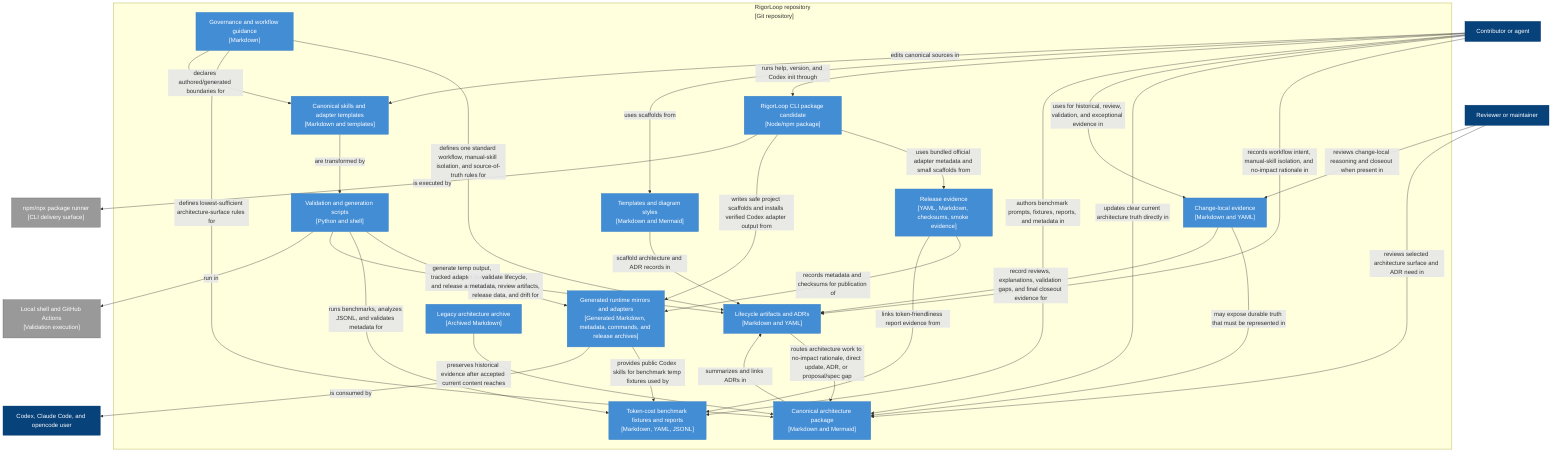
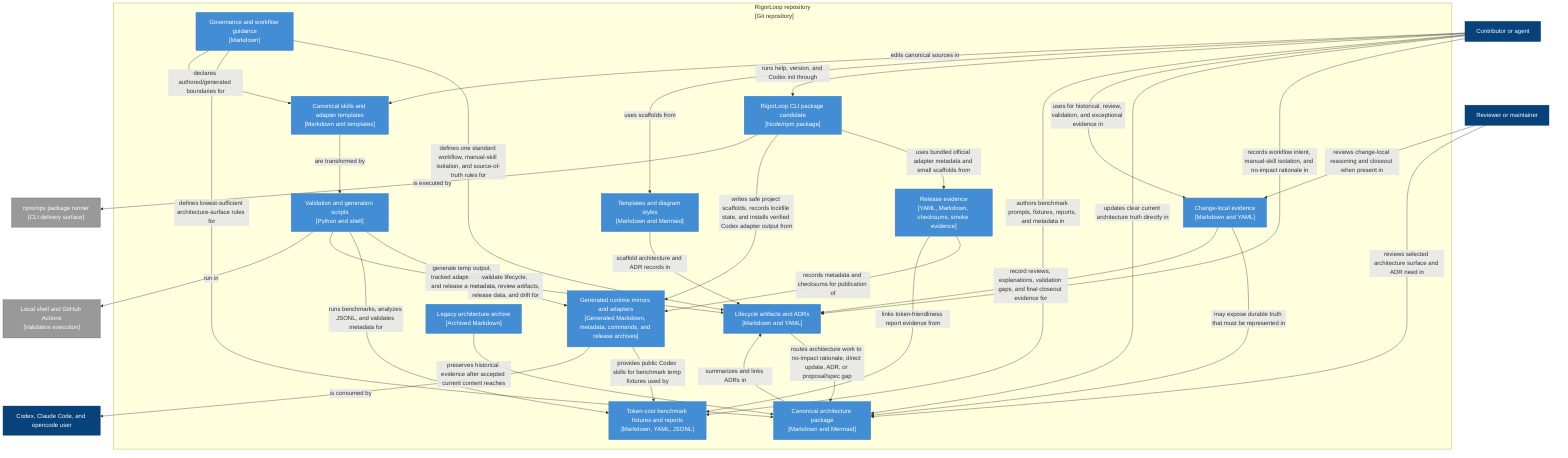
flowchart TB
  contributor["Contributor or agent"]:::person
  reviewer["Reviewer or maintainer"]:::person
  execution["Local shell and GitHub Actions<br/>[Validation execution]"]:::external
  package_runner["npm/npx package runner<br/>[CLI delivery surface]"]:::external
  adapter_user["Codex, Claude Code, and opencode user"]:::person

  subgraph repo["RigorLoop repository<br/>[Git repository]"]
    governance["Governance and workflow guidance<br/>[Markdown]"]:::container
    lifecycle["Lifecycle artifacts and ADRs<br/>[Markdown and YAML]"]:::container
    token_bench["Token-cost benchmark fixtures and reports<br/>[Markdown, YAML, JSONL]"]:::container
    cli["RigorLoop CLI package candidate<br/>[Node/npm package]"]:::container
    architecture["Canonical architecture package<br/>[Markdown and Mermaid]"]:::container
    changes["Change-local evidence<br/>[Markdown and YAML]"]:::container
    templates["Templates and diagram styles<br/>[Markdown and Mermaid]"]:::container
    skills["Canonical skills and adapter templates<br/>[Markdown and templates]"]:::container
    scripts["Validation and generation scripts<br/>[Python and shell]"]:::container
    generated["Generated runtime mirrors and adapters<br/>[Generated Markdown, metadata, commands, and release archives]"]:::container
    release["Release evidence<br/>[YAML, Markdown, checksums, smoke evidence]"]:::container
    legacy["Legacy architecture archive<br/>[Archived Markdown]"]:::container
  end

  contributor -->|records workflow intent, manual-skill isolation, and no-impact rationale in| lifecycle
  contributor -->|updates clear current architecture truth directly in| architecture
  contributor -->|uses for historical, review, validation, and exceptional evidence in| changes
  contributor -->|authors benchmark prompts, fixtures, reports, and metadata in| token_bench
  contributor -->|runs help, version, and Codex init through| cli
  contributor -->|uses scaffolds from| templates
  contributor -->|edits canonical sources in| skills
  reviewer -->|reviews selected architecture surface and ADR need in| architecture
  reviewer -->|reviews change-local reasoning and closeout when present in| changes
  governance -->|defines one standard workflow, manual-skill isolation, and source-of-truth rules for| lifecycle
  governance -->|defines lowest-sufficient architecture-surface rules for| architecture
  governance -->|declares authored/generated boundaries for| skills
  lifecycle -->|routes architecture work to no-impact rationale, direct update, ADR, or proposal/spec gap| architecture
  changes -->|may expose durable truth that must be represented in| architecture
  changes -->|record reviews, explanations, validation gaps, and final closeout evidence for| lifecycle
  templates -->|scaffold architecture and ADR records in| lifecycle
  skills -->|are transformed by| scripts
  scripts -->|generate temp output, tracked adapter output, and release artifacts for| generated
  scripts -->|runs benchmarks, analyzes JSONL, and validates metadata for| token_bench
  cli -->|uses bundled official adapter metadata and small scaffolds from| release
-   cli -->|writes safe project scaffolds and installs verified Codex adapter output from| generated
+   cli -->|writes safe project scaffolds, records lockfile state, and installs verified Codex adapter output from| generated
  cli -->|is executed by| package_runner
  generated -->|provides public Codex skills for benchmark temp fixtures used by| token_bench
  scripts -->|validate lifecycle, metadata, review artifacts, release data, and drift for| lifecycle
  scripts -->|run in| execution
  release -->|records metadata and checksums for publication of| generated
  release -->|links token-friendliness report evidence from| token_bench
  generated -->|is consumed by| adapter_user
  legacy -->|preserves historical evidence after accepted current content reaches| architecture
  architecture -->|summarizes and links ADRs in| lifecycle

  classDef person fill:#08427b,stroke:#073b6f,color:#fff
  classDef system fill:#1168bd,stroke:#0e5aa7,color:#fff
  classDef external fill:#999,stroke:#666,color:#fff
  classDef container fill:#438dd5,stroke:#3c7fc0,color:#fff
